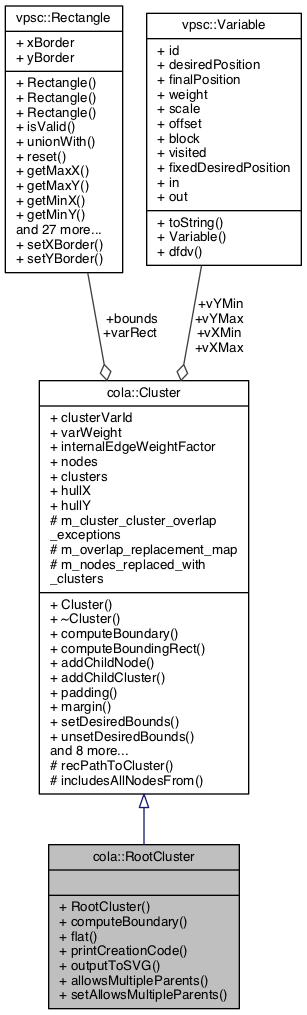
Above: documentation/classcola_1_1RootCluster__coll__graph.png in mjwybrow/adaptagrams (Graphviz), before the change. Its source is kept beside it as documentation/classcola_1_1RootCluster__coll__graph.dot.
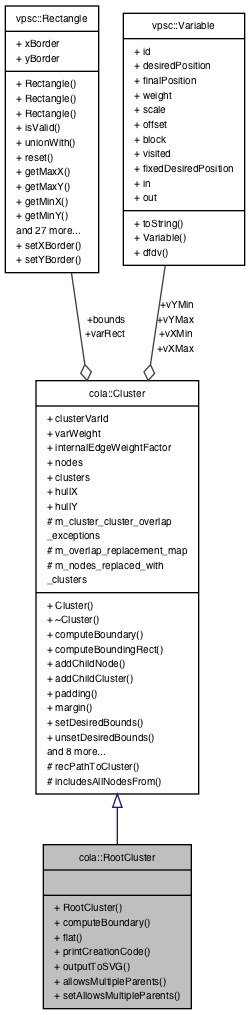
Above is the later version.

Diff of the diagram source:
```diff
@@ -2,11 +2,11 @@
 {
   edge [fontname="Helvetica",fontsize="10",labelfontname="Helvetica",labelfontsize="10"];
   node [fontname="Helvetica",fontsize="10",shape=record];
-  Node1 [label="{cola::RootCluster\n||+ RootCluster()\l+ computeBoundary()\l+ flat()\l+ printCreationCode()\l+ outputToSVG()\l+ allowsMultipleParents()\l+ setAllowsMultipleParents()\l}",height=0.2,width=0.4,color="black", fillcolor="grey75", style="filled", fontcolor="black"];
-  Node2 -> Node1 [dir="back",color="midnightblue",fontsize="10",style="solid",arrowtail="onormal",fontname="Helvetica"];
-  Node2 [label="{cola::Cluster\n|+ clusterVarId\l+ varWeight\l+ internalEdgeWeightFactor\l+ nodes\l+ clusters\l+ hullX\l+ hullY\l# m_cluster_cluster_overlap\l_exceptions\l# m_overlap_replacement_map\l# m_nodes_replaced_with\l_clusters\l|+ Cluster()\l+ ~Cluster()\l+ computeBoundary()\l+ computeBoundingRect()\l+ addChildNode()\l+ addChildCluster()\l+ padding()\l+ margin()\l+ setDesiredBounds()\l+ unsetDesiredBounds()\land 8 more...\l# recPathToCluster()\l# includesAllNodesFrom()\l}",height=0.2,width=0.4,color="black", fillcolor="white", style="filled",URL="$classcola_1_1Cluster.html",tooltip="A cluster defines a hierarchical partitioning over the nodes which should be kept disjoint by the lay..."];
-  Node3 -> Node2 [color="grey25",fontsize="10",style="solid",label=" +bounds\n+varRect" ,arrowhead="odiamond",fontname="Helvetica"];
-  Node3 [label="{vpsc::Rectangle\n|+ xBorder\l+ yBorder\l|+ Rectangle()\l+ Rectangle()\l+ Rectangle()\l+ isValid()\l+ unionWith()\l+ reset()\l+ getMaxX()\l+ getMaxY()\l+ getMinX()\l+ getMinY()\land 27 more...\l+ setXBorder()\l+ setYBorder()\l}",height=0.2,width=0.4,color="black", fillcolor="white", style="filled",URL="$classvpsc_1_1Rectangle.html",tooltip="A rectangle represents a fixed-size shape in the diagram that may be moved to prevent overlaps and sa..."];
-  Node4 -> Node2 [color="grey25",fontsize="10",style="solid",label=" +vYMin\n+vYMax\n+vXMin\n+vXMax" ,arrowhead="odiamond",fontname="Helvetica"];
-  Node4 [label="{vpsc::Variable\n|+ id\l+ desiredPosition\l+ finalPosition\l+ weight\l+ scale\l+ offset\l+ block\l+ visited\l+ fixedDesiredPosition\l+ in\l+ out\l|+ toString()\l+ Variable()\l+ dfdv()\l}",height=0.2,width=0.4,color="black", fillcolor="white", style="filled",URL="$classvpsc_1_1Variable.html",tooltip="A variable is comprised of an ideal position, final position and a weight. "];
+  Node2 [label="{cola::RootCluster\n||+ RootCluster()\l+ computeBoundary()\l+ flat()\l+ printCreationCode()\l+ outputToSVG()\l+ allowsMultipleParents()\l+ setAllowsMultipleParents()\l}",height=0.2,width=0.4,color="black", fillcolor="grey75", style="filled", fontcolor="black"];
+  Node3 -> Node2 [dir="back",color="midnightblue",fontsize="10",style="solid",arrowtail="onormal",fontname="Helvetica"];
+  Node3 [label="{cola::Cluster\n|+ clusterVarId\l+ varWeight\l+ internalEdgeWeightFactor\l+ nodes\l+ clusters\l+ hullX\l+ hullY\l# m_cluster_cluster_overlap\l_exceptions\l# m_overlap_replacement_map\l# m_nodes_replaced_with\l_clusters\l|+ Cluster()\l+ ~Cluster()\l+ computeBoundary()\l+ computeBoundingRect()\l+ addChildNode()\l+ addChildCluster()\l+ padding()\l+ margin()\l+ setDesiredBounds()\l+ unsetDesiredBounds()\land 8 more...\l# recPathToCluster()\l# includesAllNodesFrom()\l}",height=0.2,width=0.4,color="black", fillcolor="white", style="filled",URL="$classcola_1_1Cluster.html",tooltip="A cluster defines a hierarchical partitioning over the nodes which should be kept disjoint by the lay..."];
+  Node4 -> Node3 [color="grey25",fontsize="10",style="solid",label=" +bounds\n+varRect" ,arrowhead="odiamond",fontname="Helvetica"];
+  Node4 [label="{vpsc::Rectangle\n|+ xBorder\l+ yBorder\l|+ Rectangle()\l+ Rectangle()\l+ Rectangle()\l+ isValid()\l+ unionWith()\l+ reset()\l+ getMaxX()\l+ getMaxY()\l+ getMinX()\l+ getMinY()\land 27 more...\l+ setXBorder()\l+ setYBorder()\l}",height=0.2,width=0.4,color="black", fillcolor="white", style="filled",URL="$classvpsc_1_1Rectangle.html",tooltip="A rectangle represents a fixed-size shape in the diagram that may be moved to prevent overlaps and sa..."];
+  Node5 -> Node3 [color="grey25",fontsize="10",style="solid",label=" +vYMin\n+vYMax\n+vXMin\n+vXMax" ,arrowhead="odiamond",fontname="Helvetica"];
+  Node5 [label="{vpsc::Variable\n|+ id\l+ desiredPosition\l+ finalPosition\l+ weight\l+ scale\l+ offset\l+ block\l+ visited\l+ fixedDesiredPosition\l+ in\l+ out\l|+ toString()\l+ Variable()\l+ dfdv()\l}",height=0.2,width=0.4,color="black", fillcolor="white", style="filled",URL="$classvpsc_1_1Variable.html",tooltip="A variable is comprised of an ideal position, final position and a weight. "];
 }
```
